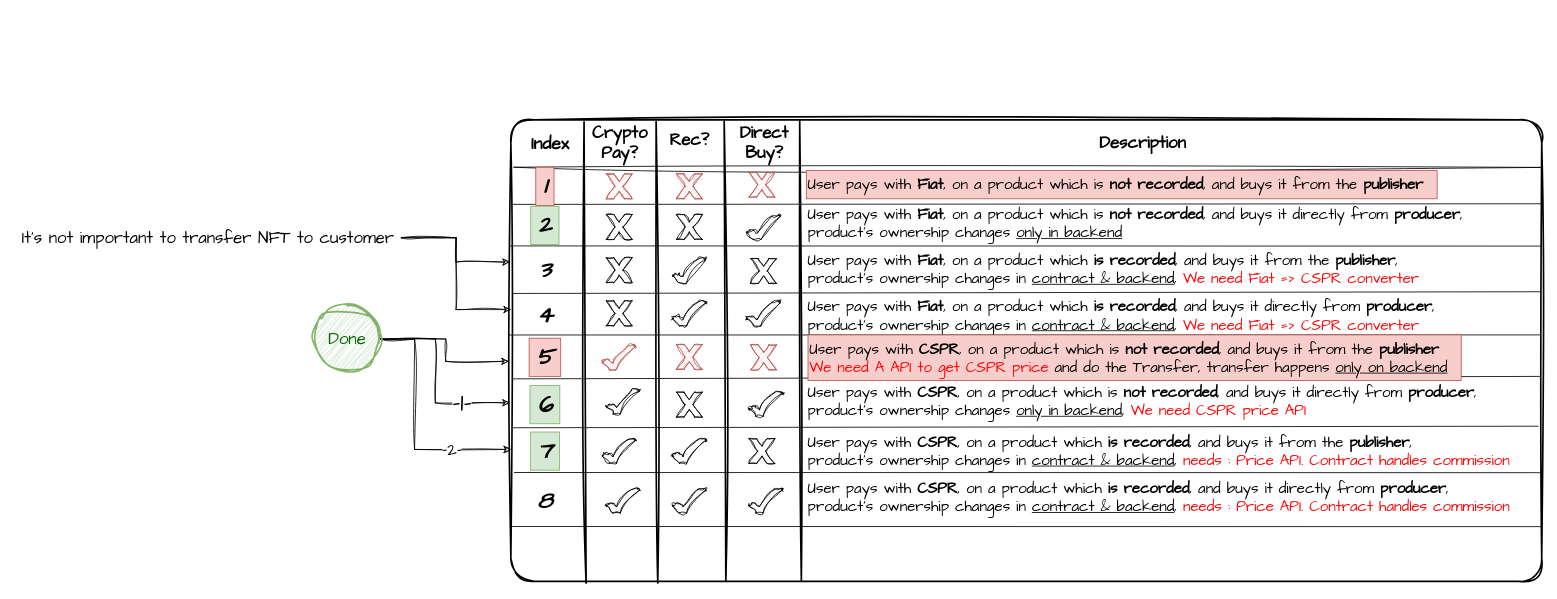
Before: Payment.drawio in k3rn3lpanicc/DroplinkedCharts, a draw.io diagram. Source tidied: cells renumbered, new cells numbered last; positions are measured from the earlier drawing's top-left corner, leaving out a move shared by most shapes. Both pictures are drawn from the tidied source at 83%, with x=0, y=0 at pixel (14, 117).
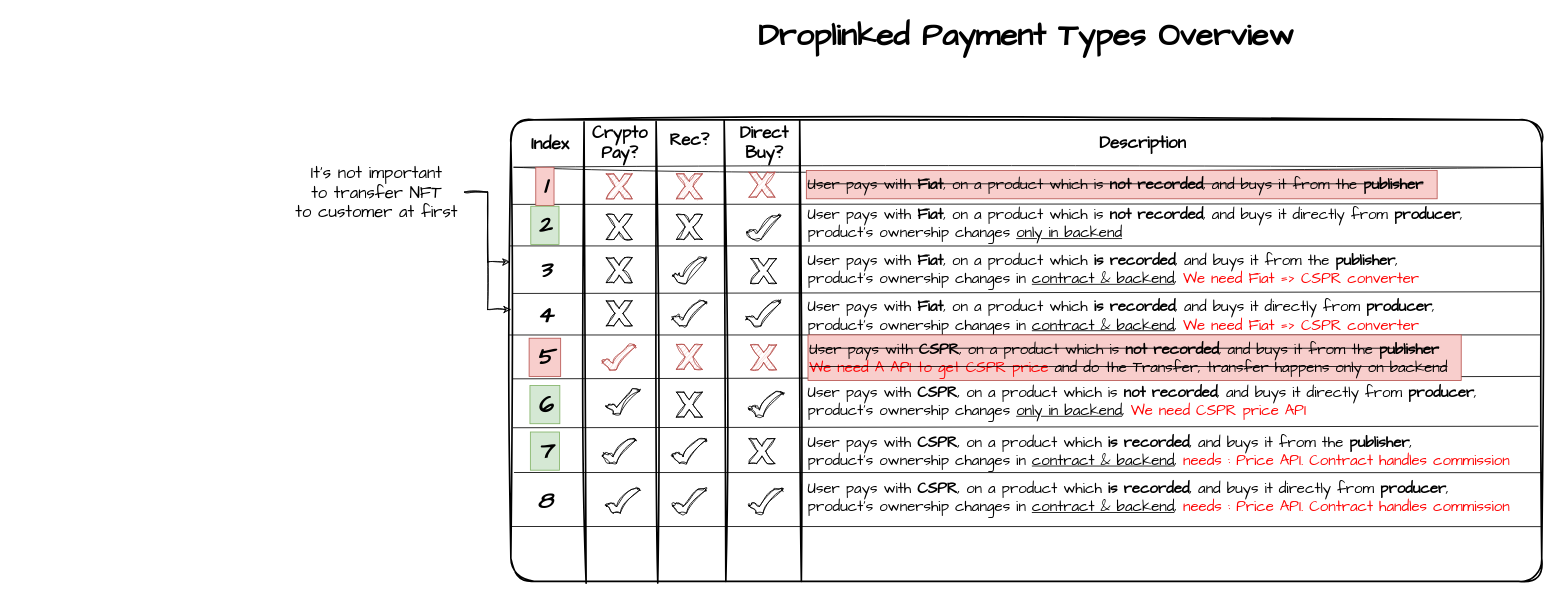
Above is the later version.

Unchanged cells that the change refers to:
```xml
<mxCell id="2" style="rounded=1;whiteSpace=wrap;html=1;sketch=1;hachureGap=4;jiggle=2;curveFitting=1;fontFamily=Architects Daughter;fontSize=20;arcSize=5;strokeWidth=2;" parent="1" vertex="1">
  <mxGeometry x="598" y="3" width="1242" height="556" as="geometry" />
</mxCell>
```

Change to the diagram source:
```diff
@@
-    <mxCell id="53" value="User pays with &lt;b&gt;Fiat&lt;/b&gt;, on a product which is &lt;b&gt;not recorded&lt;/b&gt;, and buys it from the &lt;b&gt;publisher&lt;/b&gt;" style="text;html=1;align=left;verticalAlign=middle;strokeColor=#b85450;fillColor=#f8cecc;fontSize=18;fontFamily=Architects Daughter;fontStyle=0;" parent="1" vertex="1">
+    <mxCell id="53" value="&lt;strike&gt;User pays with &lt;b&gt;Fiat&lt;/b&gt;, on a product which is &lt;b&gt;not recorded&lt;/b&gt;, and buys it from the &lt;b&gt;publisher&lt;/b&gt;&lt;/strike&gt;" style="text;html=1;align=left;verticalAlign=middle;strokeColor=#b85450;fillColor=#f8cecc;fontSize=18;fontFamily=Architects Daughter;fontStyle=0;" parent="1" vertex="1">
       <mxGeometry x="954" y="64" width="760" height="34" as="geometry" />
     </mxCell>
@@
-    <mxCell id="57" value="User pays with &lt;b&gt;CSPR&lt;/b&gt;, on a product which is &lt;b&gt;not recorded&lt;/b&gt;, and buys it from the &lt;b&gt;publisher&lt;/b&gt;&lt;br&gt;&lt;font color=&quot;#ff0505&quot;&gt;We need A API to get CSPR price&lt;/font&gt; and do the Transfer, transfer happens &lt;u&gt;only on backend&lt;/u&gt;" style="text;html=1;align=left;verticalAlign=middle;strokeColor=#b85450;fillColor=#f8cecc;fontSize=18;fontFamily=Architects Daughter;fontStyle=0;" parent="1" vertex="1">
+    <mxCell id="57" value="&lt;strike&gt;User pays with &lt;b&gt;CSPR&lt;/b&gt;, on a product which is &lt;b&gt;not recorded&lt;/b&gt;, and buys it from the &lt;b&gt;publisher&lt;/b&gt;&lt;br&gt;&lt;font color=&quot;#ff0505&quot;&gt;We need A API to get CSPR price&lt;/font&gt; and do the Transfer, transfer happens only on backend&lt;/strike&gt;" style="text;html=1;align=left;verticalAlign=middle;strokeColor=#b85450;fillColor=#f8cecc;fontSize=18;fontFamily=Architects Daughter;fontStyle=0;" parent="1" vertex="1">
       <mxGeometry x="956" y="262" width="787" height="55" as="geometry" />
     </mxCell>
@@
-    <mxCell id="61" style="edgeStyle=orthogonalEdgeStyle;rounded=0;sketch=1;hachureGap=4;jiggle=2;curveFitting=1;jettySize=auto;html=1;entryX=-0.002;entryY=0.523;entryDx=0;entryDy=0;entryPerimeter=0;fontFamily=Architects Daughter;fontSize=16;" parent="1" edge="1" source="66" target="2">
-      <mxGeometry relative="1" as="geometry" />
-    </mxCell>
-    <mxCell id="62" style="edgeStyle=orthogonalEdgeStyle;rounded=0;sketch=1;hachureGap=4;jiggle=2;curveFitting=1;jettySize=auto;html=1;exitX=1;exitY=0.5;exitDx=0;exitDy=0;entryX=-0.001;entryY=0.613;entryDx=0;entryDy=0;entryPerimeter=0;fontFamily=Architects Daughter;fontSize=16;" parent="1" edge="1" source="66" target="2">
-      <mxGeometry relative="1" as="geometry">
-        <Array as="points">
-          <mxPoint x="507" y="267" />
-          <mxPoint x="507" y="344" />
-        </Array>
-      </mxGeometry>
-    </mxCell>
-    <mxCell id="63" value="&lt;p style=&quot;line-height: 100%;&quot;&gt;&lt;font style=&quot;font-size: 31px;&quot;&gt;-1-&lt;/font&gt;&lt;/p&gt;" style="edgeLabel;html=1;align=center;verticalAlign=middle;fontSize=20;fontFamily=Architects Daughter;" parent="62" vertex="1">
-      <mxGeometry x="0.53" y="-1" relative="1" as="geometry">
-        <mxPoint x="-4" y="1" as="offset" />
-      </mxGeometry>
-    </mxCell>
-    <mxCell id="64" style="edgeStyle=orthogonalEdgeStyle;rounded=0;sketch=1;hachureGap=4;jiggle=2;curveFitting=1;jettySize=auto;html=1;entryX=0;entryY=0.714;entryDx=0;entryDy=0;entryPerimeter=0;fontFamily=Architects Daughter;fontSize=16;" parent="1" edge="1" source="66" target="2">
-      <mxGeometry relative="1" as="geometry">
-        <Array as="points">
-          <mxPoint x="482" y="267" />
-          <mxPoint x="482" y="400" />
-        </Array>
-      </mxGeometry>
-    </mxCell>
-    <mxCell id="65" value="-2-" style="edgeLabel;html=1;align=center;verticalAlign=middle;fontSize=20;fontFamily=Architects Daughter;" parent="64" vertex="1">
-      <mxGeometry x="0.51" relative="1" as="geometry" />
-    </mxCell>
-    <mxCell id="66" value="Done" style="ellipse;whiteSpace=wrap;html=1;sketch=1;hachureGap=4;jiggle=2;curveFitting=1;fontFamily=Architects Daughter;fontSize=20;fillColor=#d5e8d4;strokeColor=#82b366;strokeWidth=2;fontColor=#006600;" parent="1" vertex="1">
-      <mxGeometry x="361" y="227" width="80" height="80" as="geometry" />
-    </mxCell>
@@
-    <mxCell id="69" value="It's not important to transfer NFT to customer" style="text;html=1;align=center;verticalAlign=middle;points=[];strokeColor=none;fillColor=none;fontSize=20;fontFamily=Architects Daughter;" parent="1" vertex="1">
-      <mxGeometry y="127" width="466" height="36" as="geometry" />
+    <mxCell id="69" value="It's not important &lt;br&gt;to transfer NFT &lt;br&gt;to customer at first" style="text;html=1;align=center;verticalAlign=middle;points=[];strokeColor=none;fillColor=none;fontSize=20;fontFamily=Architects Daughter;" parent="1" vertex="1">
+      <mxGeometry x="329" y="48" width="213" height="84" as="geometry" />
     </mxCell>
+    <mxCell id="70" value="&lt;font style=&quot;font-size: 38px;&quot;&gt;&lt;b style=&quot;font-size: 38px;&quot;&gt;Droplinked Payment Types Overview&lt;/b&gt;&lt;/font&gt;" style="text;html=1;strokeColor=none;fillColor=none;align=center;verticalAlign=middle;whiteSpace=wrap;rounded=0;fontSize=38;fontFamily=Architects Daughter;" parent="1" vertex="1">
+      <mxGeometry x="872" y="-113" width="694" height="30" as="geometry" />
+    </mxCell>
```
